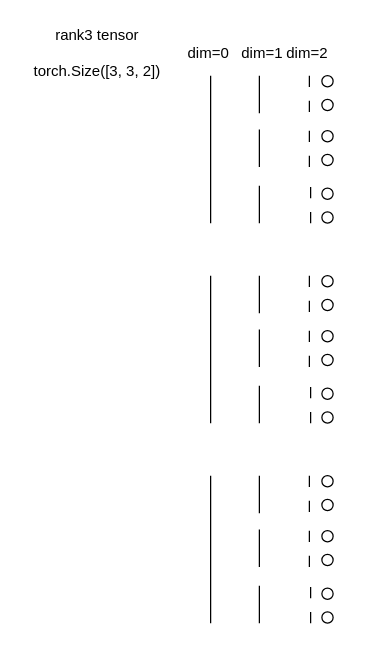
This is page "tensor" (2 of 8) of lesson_note/studyFastaiFigures.drawio from shuntaka/study-fastai, a draw.io file, before an edit. Source tidied: cells renumbered, new cells numbered last; positions are measured from the earlier drawing's top-left corner, leaving out a move shared by most shapes. Both pictures are drawn from the tidied source at 125%, with x=0, y=0 at pixel (21, 21).
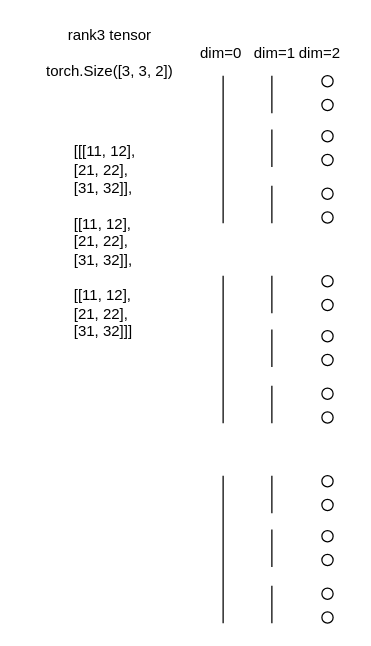
After the change.

Change to the diagram source:
```diff
@@
     <mxCell id="2" style="endArrow=none;html=1;" parent="1" edge="1">
       <mxGeometry relative="1" as="geometry">
-        <mxPoint x="151" y="161" as="sourcePoint" />
-        <mxPoint x="151" y="43" as="targetPoint" />
+        <mxPoint x="161" y="161" as="sourcePoint" />
+        <mxPoint x="161" y="43" as="targetPoint" />
       </mxGeometry>
     </mxCell>
     <mxCell id="3" style="endArrow=none;html=1;" parent="1" edge="1">
       <mxGeometry relative="1" as="geometry">
-        <mxPoint x="151" y="321" as="sourcePoint" />
-        <mxPoint x="151" y="203" as="targetPoint" />
+        <mxPoint x="161" y="321" as="sourcePoint" />
+        <mxPoint x="161" y="203" as="targetPoint" />
       </mxGeometry>
     </mxCell>
     <mxCell id="4" style="endArrow=none;html=1;" parent="1" edge="1">
       <mxGeometry relative="1" as="geometry">
-        <mxPoint x="151" y="481" as="sourcePoint" />
-        <mxPoint x="151" y="363" as="targetPoint" />
+        <mxPoint x="161" y="481" as="sourcePoint" />
+        <mxPoint x="161" y="363" as="targetPoint" />
       </mxGeometry>
     </mxCell>
     <mxCell id="5" style="endArrow=none;html=1;" parent="1" edge="1">
       <mxGeometry relative="1" as="geometry">
-        <mxPoint x="190" y="73" as="sourcePoint" />
-        <mxPoint x="190" y="43" as="targetPoint" />
+        <mxPoint x="200" y="73" as="sourcePoint" />
+        <mxPoint x="200" y="43" as="targetPoint" />
       </mxGeometry>
     </mxCell>
     <mxCell id="6" style="endArrow=none;html=1;" parent="1" edge="1">
       <mxGeometry relative="1" as="geometry">
-        <mxPoint x="190" y="116" as="sourcePoint" />
-        <mxPoint x="190" y="86" as="targetPoint" />
+        <mxPoint x="200" y="116" as="sourcePoint" />
+        <mxPoint x="200" y="86" as="targetPoint" />
       </mxGeometry>
     </mxCell>
     <mxCell id="7" style="endArrow=none;html=1;" parent="1" edge="1">
       <mxGeometry relative="1" as="geometry">
-        <mxPoint x="190" y="161" as="sourcePoint" />
-        <mxPoint x="190" y="131" as="targetPoint" />
+        <mxPoint x="200" y="161" as="sourcePoint" />
+        <mxPoint x="200" y="131" as="targetPoint" />
       </mxGeometry>
     </mxCell>
     <mxCell id="8" style="endArrow=none;html=1;" parent="1" edge="1">
       <mxGeometry relative="1" as="geometry">
-        <mxPoint x="190" y="233" as="sourcePoint" />
-        <mxPoint x="190" y="203" as="targetPoint" />
+        <mxPoint x="200" y="233" as="sourcePoint" />
+        <mxPoint x="200" y="203" as="targetPoint" />
       </mxGeometry>
     </mxCell>
     <mxCell id="9" style="endArrow=none;html=1;" parent="1" edge="1">
       <mxGeometry relative="1" as="geometry">
-        <mxPoint x="190" y="276" as="sourcePoint" />
-        <mxPoint x="190" y="246" as="targetPoint" />
+        <mxPoint x="200" y="276" as="sourcePoint" />
+        <mxPoint x="200" y="246" as="targetPoint" />
       </mxGeometry>
     </mxCell>
     <mxCell id="10" style="endArrow=none;html=1;" parent="1" edge="1">
       <mxGeometry relative="1" as="geometry">
-        <mxPoint x="190" y="321" as="sourcePoint" />
-        <mxPoint x="190" y="291" as="targetPoint" />
+        <mxPoint x="200" y="321" as="sourcePoint" />
+        <mxPoint x="200" y="291" as="targetPoint" />
       </mxGeometry>
     </mxCell>
     <mxCell id="11" style="endArrow=none;html=1;" parent="1" edge="1">
       <mxGeometry relative="1" as="geometry">
-        <mxPoint x="190" y="393" as="sourcePoint" />
-        <mxPoint x="190" y="363" as="targetPoint" />
+        <mxPoint x="200" y="393" as="sourcePoint" />
+        <mxPoint x="200" y="363" as="targetPoint" />
       </mxGeometry>
     </mxCell>
     <mxCell id="12" style="endArrow=none;html=1;" parent="1" edge="1">
       <mxGeometry relative="1" as="geometry">
-        <mxPoint x="190" y="436" as="sourcePoint" />
-        <mxPoint x="190" y="406" as="targetPoint" />
+        <mxPoint x="200" y="436" as="sourcePoint" />
+        <mxPoint x="200" y="406" as="targetPoint" />
       </mxGeometry>
     </mxCell>
     <mxCell id="13" style="endArrow=none;html=1;" parent="1" edge="1">
       <mxGeometry relative="1" as="geometry">
-        <mxPoint x="190" y="481" as="sourcePoint" />
-        <mxPoint x="190" y="451" as="targetPoint" />
+        <mxPoint x="200" y="481" as="sourcePoint" />
+        <mxPoint x="200" y="451" as="targetPoint" />
       </mxGeometry>
     </mxCell>
-    <mxCell id="14" style="endArrow=none;html=1;" parent="1" edge="1">
-      <mxGeometry relative="1" as="geometry">
-        <mxPoint x="230" y="52" as="sourcePoint" />
-        <mxPoint x="230" y="43" as="targetPoint" />
-      </mxGeometry>
-    </mxCell>
-    <mxCell id="15" style="endArrow=none;html=1;" parent="1" edge="1">
-      <mxGeometry relative="1" as="geometry">
-        <mxPoint x="230" y="72" as="sourcePoint" />
-        <mxPoint x="230" y="63" as="targetPoint" />
-      </mxGeometry>
-    </mxCell>
-    <mxCell id="16" style="endArrow=none;html=1;" parent="1" edge="1">
-      <mxGeometry relative="1" as="geometry">
-        <mxPoint x="230" y="96" as="sourcePoint" />
-        <mxPoint x="230" y="87" as="targetPoint" />
-      </mxGeometry>
-    </mxCell>
-    <mxCell id="17" style="endArrow=none;html=1;" parent="1" edge="1">
-      <mxGeometry relative="1" as="geometry">
-        <mxPoint x="230" y="116" as="sourcePoint" />
-        <mxPoint x="230" y="107" as="targetPoint" />
-      </mxGeometry>
-    </mxCell>
-    <mxCell id="18" style="endArrow=none;html=1;" parent="1" edge="1">
-      <mxGeometry relative="1" as="geometry">
-        <mxPoint x="231" y="141" as="sourcePoint" />
-        <mxPoint x="231" y="132" as="targetPoint" />
-      </mxGeometry>
-    </mxCell>
-    <mxCell id="19" style="endArrow=none;html=1;" parent="1" edge="1">
-      <mxGeometry relative="1" as="geometry">
-        <mxPoint x="231" y="161" as="sourcePoint" />
-        <mxPoint x="231" y="152" as="targetPoint" />
-      </mxGeometry>
-    </mxCell>
-    <mxCell id="20" style="endArrow=none;html=1;" parent="1" edge="1">
-      <mxGeometry relative="1" as="geometry">
-        <mxPoint x="230" y="212" as="sourcePoint" />
-        <mxPoint x="230" y="203" as="targetPoint" />
-      </mxGeometry>
-    </mxCell>
-    <mxCell id="21" style="endArrow=none;html=1;" parent="1" edge="1">
-      <mxGeometry relative="1" as="geometry">
-        <mxPoint x="230" y="232" as="sourcePoint" />
-        <mxPoint x="230" y="223" as="targetPoint" />
-      </mxGeometry>
-    </mxCell>
-    <mxCell id="22" style="endArrow=none;html=1;" parent="1" edge="1">
-      <mxGeometry relative="1" as="geometry">
-        <mxPoint x="230" y="256" as="sourcePoint" />
-        <mxPoint x="230" y="247" as="targetPoint" />
-      </mxGeometry>
-    </mxCell>
-    <mxCell id="23" style="endArrow=none;html=1;" parent="1" edge="1">
-      <mxGeometry relative="1" as="geometry">
-        <mxPoint x="230" y="276" as="sourcePoint" />
-        <mxPoint x="230" y="267" as="targetPoint" />
-      </mxGeometry>
-    </mxCell>
-    <mxCell id="24" style="endArrow=none;html=1;" parent="1" edge="1">
-      <mxGeometry relative="1" as="geometry">
-        <mxPoint x="231" y="301" as="sourcePoint" />
-        <mxPoint x="231" y="292" as="targetPoint" />
-      </mxGeometry>
-    </mxCell>
-    <mxCell id="25" style="endArrow=none;html=1;" parent="1" edge="1">
-      <mxGeometry relative="1" as="geometry">
-        <mxPoint x="231" y="321" as="sourcePoint" />
-        <mxPoint x="231" y="312" as="targetPoint" />
-      </mxGeometry>
-    </mxCell>
-    <mxCell id="26" style="endArrow=none;html=1;" parent="1" edge="1">
-      <mxGeometry relative="1" as="geometry">
-        <mxPoint x="230" y="372" as="sourcePoint" />
-        <mxPoint x="230" y="363" as="targetPoint" />
-      </mxGeometry>
-    </mxCell>
-    <mxCell id="27" style="endArrow=none;html=1;" parent="1" edge="1">
-      <mxGeometry relative="1" as="geometry">
-        <mxPoint x="230" y="392" as="sourcePoint" />
-        <mxPoint x="230" y="383" as="targetPoint" />
-      </mxGeometry>
-    </mxCell>
-    <mxCell id="28" style="endArrow=none;html=1;" parent="1" edge="1">
-      <mxGeometry relative="1" as="geometry">
-        <mxPoint x="230" y="416" as="sourcePoint" />
-        <mxPoint x="230" y="407" as="targetPoint" />
-      </mxGeometry>
-    </mxCell>
-    <mxCell id="29" style="endArrow=none;html=1;" parent="1" edge="1">
-      <mxGeometry relative="1" as="geometry">
-        <mxPoint x="230" y="436" as="sourcePoint" />
-        <mxPoint x="230" y="427" as="targetPoint" />
-      </mxGeometry>
-    </mxCell>
-    <mxCell id="30" style="endArrow=none;html=1;" parent="1" edge="1">
-      <mxGeometry relative="1" as="geometry">
-        <mxPoint x="231" y="461" as="sourcePoint" />
-        <mxPoint x="231" y="452" as="targetPoint" />
-      </mxGeometry>
-    </mxCell>
-    <mxCell id="31" style="endArrow=none;html=1;" parent="1" edge="1">
-      <mxGeometry relative="1" as="geometry">
-        <mxPoint x="231" y="481" as="sourcePoint" />
-        <mxPoint x="231" y="472" as="targetPoint" />
-      </mxGeometry>
-    </mxCell>
     <mxCell id="32" value="rank3 tensor&lt;br&gt;&lt;br&gt;torch.Size([3, 3, 2])" style="text;html=1;align=center;verticalAlign=middle;" parent="1" vertex="1">
-      <mxGeometry width="120" height="50" as="geometry" />
+      <mxGeometry x="10" width="120" height="50" as="geometry" />
     </mxCell>
     <mxCell id="33" value="dim=0" style="text;html=1;align=center;verticalAlign=middle;" parent="1" vertex="1">
-      <mxGeometry x="124" y="15" width="50" height="20" as="geometry" />
+      <mxGeometry x="134" y="15" width="50" height="20" as="geometry" />
     </mxCell>
     <mxCell id="34" value="dim=1" style="text;html=1;align=center;verticalAlign=middle;" parent="1" vertex="1">
-      <mxGeometry x="167" y="15" width="50" height="20" as="geometry" />
+      <mxGeometry x="177" y="15" width="50" height="20" as="geometry" />
     </mxCell>
     <mxCell id="35" value="dim=2" style="text;html=1;align=center;verticalAlign=middle;" parent="1" vertex="1">
-      <mxGeometry x="203" y="15" width="50" height="20" as="geometry" />
+      <mxGeometry x="213" y="15" width="50" height="20" as="geometry" />
     </mxCell>
@@
+    <mxCell id="54" value="[[[11, 12], &lt;br&gt;[21, 22],&lt;br&gt;[31, 32]],&lt;br&gt;&lt;br&gt;[[11, 12],&amp;nbsp;&lt;br&gt;[21, 22],&lt;br&gt;[31, 32]],&lt;br&gt;&lt;br&gt;[[11, 12],&amp;nbsp;&lt;br&gt;[21, 22],&lt;br&gt;[31, 32]]]" style="text;html=1;align=left;verticalAlign=middle;" parent="1" vertex="1">
+      <mxGeometry x="40" y="96" width="60" height="160" as="geometry" />
+    </mxCell>
```
